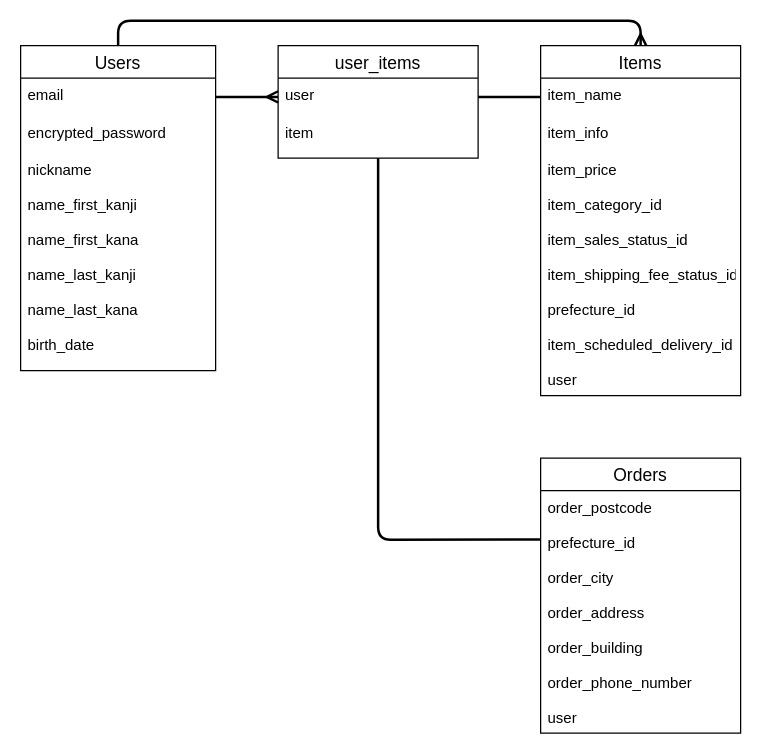
Earlier version of the draw.io diagram page "ページ1" (1 of 2) of furima.dio (Rui-Tanizaki/furima-40276). Source tidied: cells renumbered, new cells numbered last; positions are measured from the earlier drawing's top-left corner, leaving out a move shared by most shapes. Both pictures are drawn from the tidied source at 125%, with x=0, y=0 at pixel (20, 20).
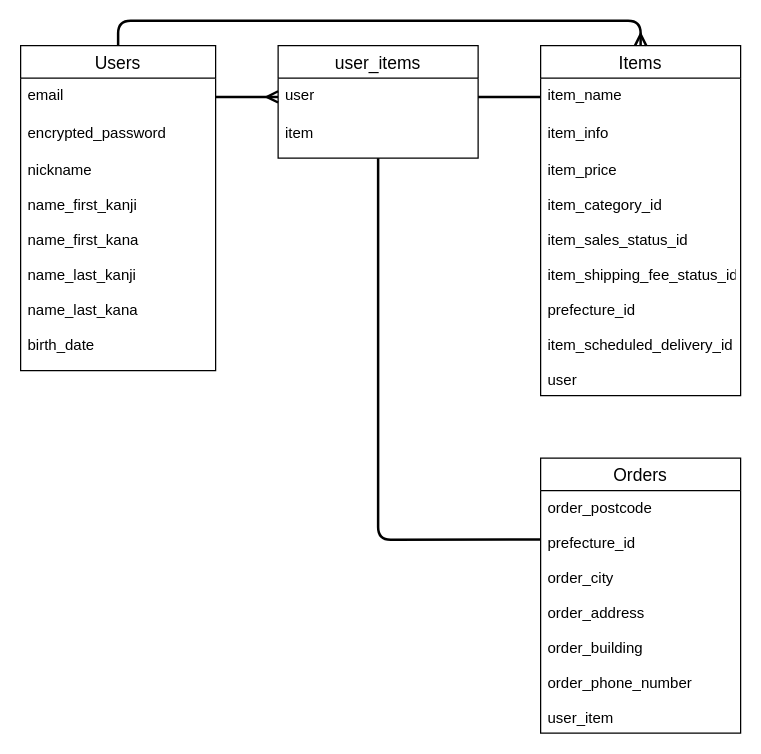
Above is the later version.

Commit message (it also covers changes not shown here):
ER図・マークダウンの再々々々訂正

Unchanged cells that the change refers to:
```xml
<mxCell id="12" value="Orders" style="swimlane;fontStyle=0;horizontal=1;startSize=26;align=center;fontSize=14;" parent="1" vertex="1">
  <mxGeometry x="416" y="350" width="160" height="220" as="geometry" />
</mxCell>
```

Change to the diagram source:
```diff
@@
-    <mxCell id="13" value="order_postcode&#10;&#10;prefecture_id&#10;&#10;order_city&#10;&#10;order_address&#10;&#10;order_building&#10;&#10;order_phone_number&#10;&#10;user" style="text;strokeColor=none;fillColor=none;spacingLeft=4;spacingRight=4;overflow=hidden;points=[[0,0.5],[1,0.5]];portConstraint=eastwest;fontSize=12;" parent="12" vertex="1">
+    <mxCell id="13" value="order_postcode&#10;&#10;prefecture_id&#10;&#10;order_city&#10;&#10;order_address&#10;&#10;order_building&#10;&#10;order_phone_number&#10;&#10;user_item" style="text;strokeColor=none;fillColor=none;spacingLeft=4;spacingRight=4;overflow=hidden;points=[[0,0.5],[1,0.5]];portConstraint=eastwest;fontSize=12;" parent="12" vertex="1">
       <mxGeometry y="26" width="160" height="194" as="geometry" />
     </mxCell>
```
